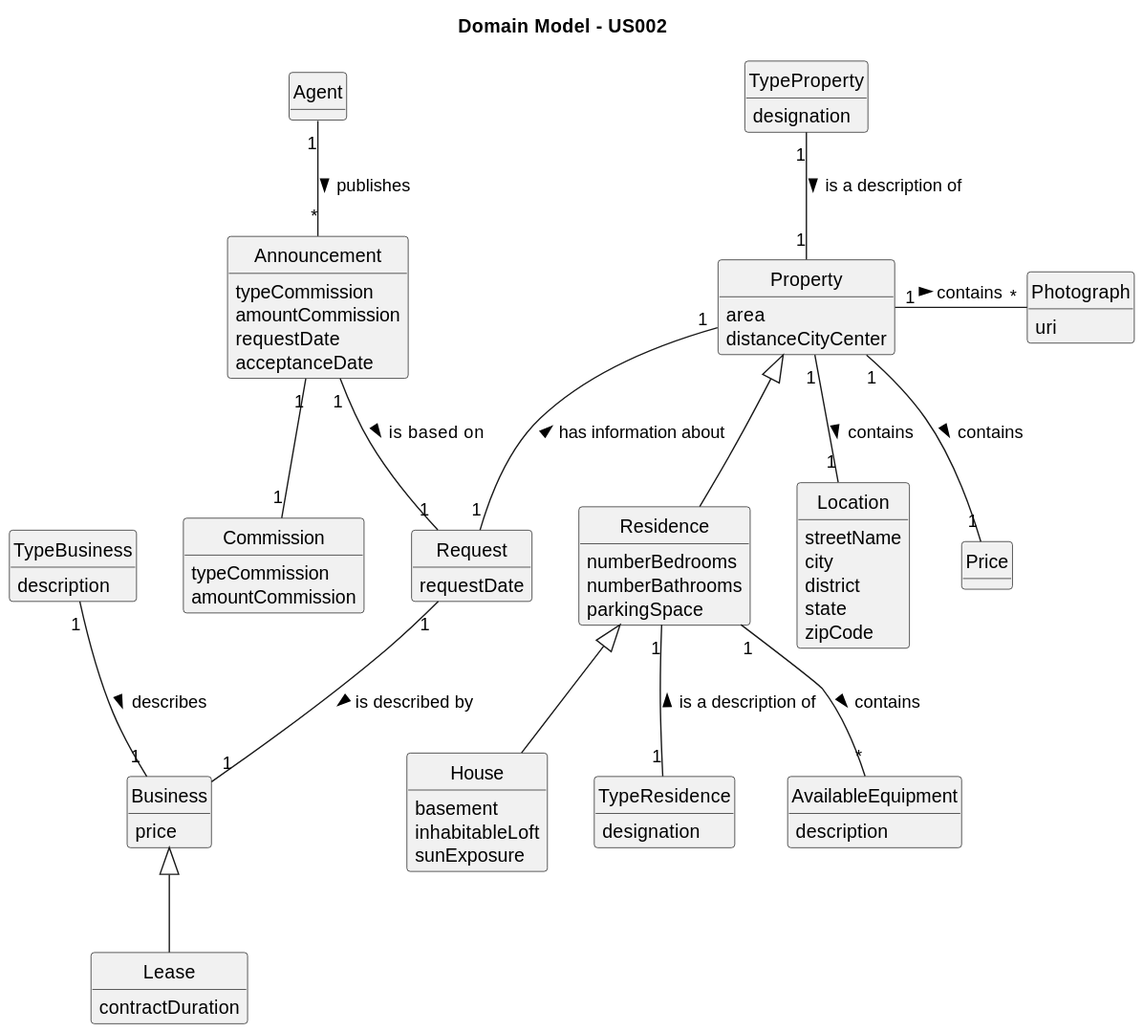
Above: docs/sprintB/us002/02.analysis/svg/us002-domain-model.svg in rita-barbosa/LAPR2-2223 (PlantUML), before the change.
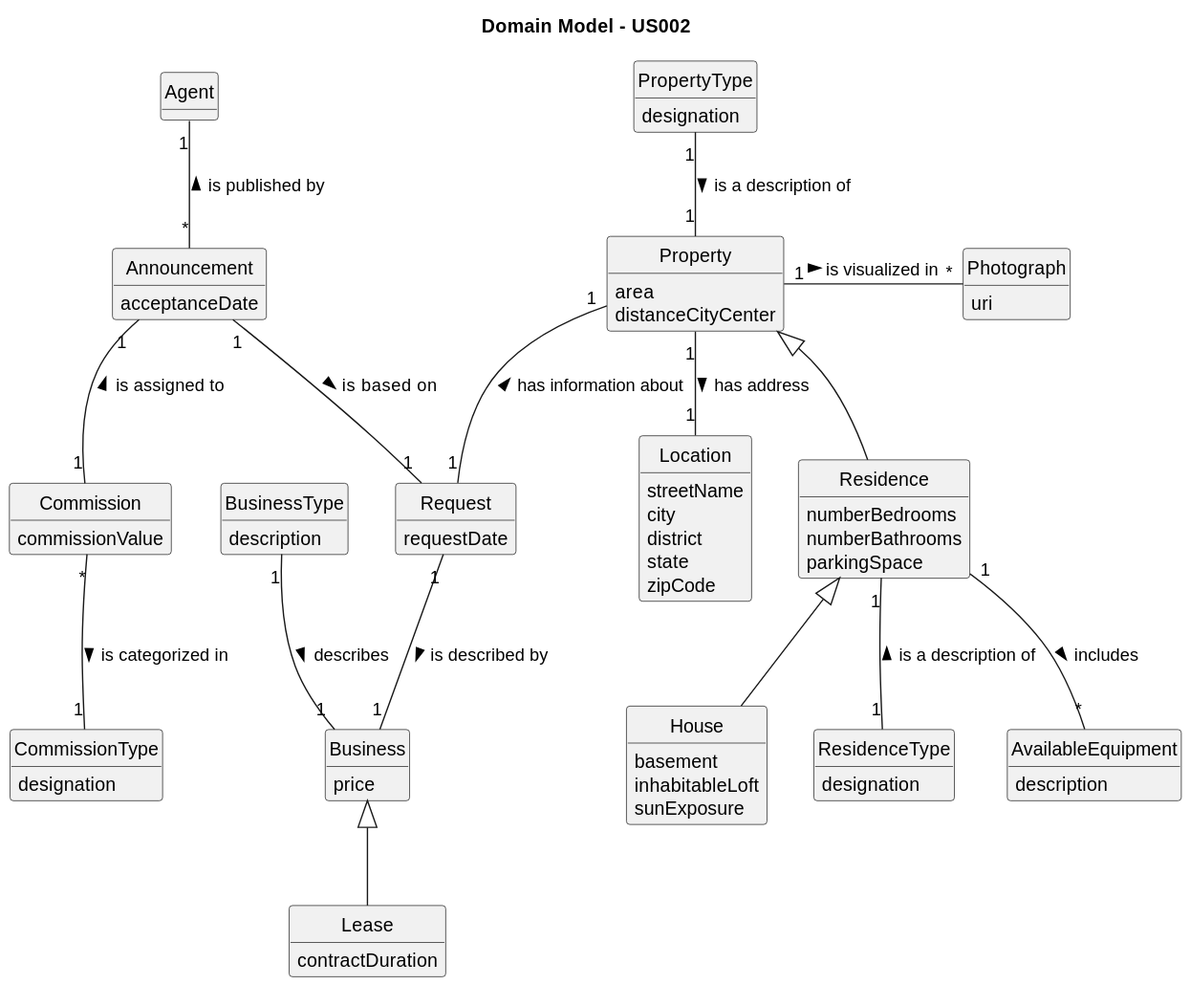
The same diagram one commit later.

The edit, as a diff of the source:
```diff
@@ -13,18 +13,14 @@
 
 
 class Announcement {
- typeCommission
- amountCommission
+acceptanceDate
 }
- class Announcement {
-requestDate
-acceptanceDate
- }
 class Commission {
-typeCommission
-amountCommission
+commissionValue
 }
-
+class CommissionType{
+designation
+}
 class Property{
  area
  distanceCityCenter
@@ -40,10 +36,10 @@
  inhabitableLoft
  sunExposure
 }
-class TypeProperty{
+class PropertyType{
 designation
 }
-class TypeResidence{
+class ResidenceType{
 designation
 }
 class Photograph{
@@ -70,23 +66,24 @@
 class Request{
 requestDate
 }
-class TypeBusiness{
+class BusinessType{
 description
 }
 
-Agent "1" -- "*" Announcement: publishes >
-TypeProperty "1" -- "1" Property: is a description of >
+
+Agent "1" -- "*" Announcement: is published by <
+PropertyType "1" -- "1" Property: is a description of >
 Residence -up-|> Property
-TypeResidence "1" -up- "1" Residence: is a description of >
+ResidenceType "1" -up- "1" Residence: is a description of >
 House -up-|> Residence
-Property "1" - "*" Photograph: contains >
-Property "1"--"1" Location: contains >
-Property "1" -- "1" Price: contains >
+Property "1" - "*" Photograph: is visualized in >
+Property "1"--"1" Location: has address >
 Business <|-- Lease
-Residence "1" -- "*"AvailableEquipment: contains >
-Announcement "1" -- "1" Commission
+Residence "1" -- "*"AvailableEquipment: includes >
+Announcement "1" -- "1" Commission : is assigned to <
+Commission "*" -- "1" CommissionType : is categorized in >
 Property "1" -- "1" Request : < has information about
 Request "1" -- "1" Business: is described by >
-TypeBusiness "1" -- "1" Business : describes >
+BusinessType "1" -- "1" Business : describes >
 Announcement "1" -- "1" Request : is  based on >
 @enduml
```
